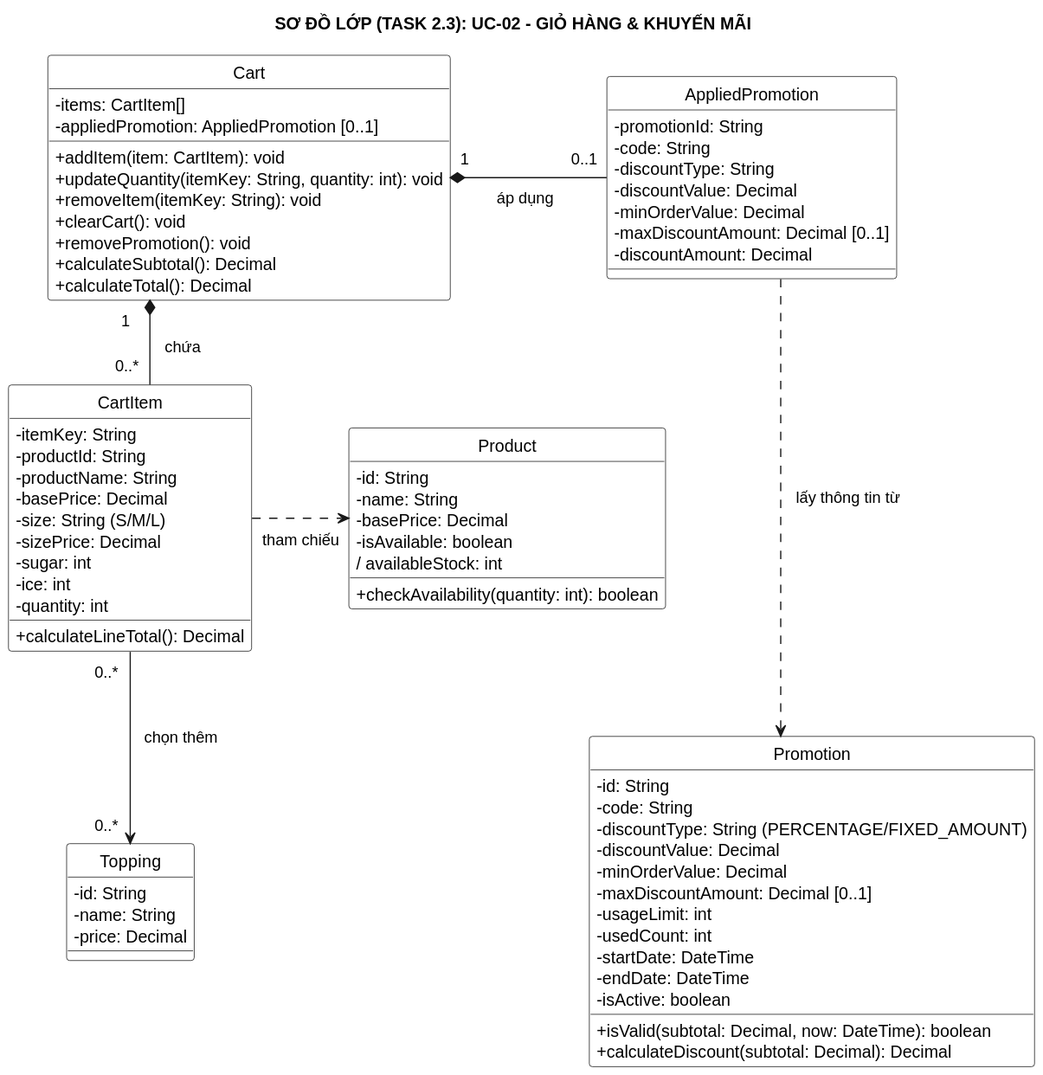
Before: docs/diagrams/class-02-cart-promotion.svg, a diagram exported from PlantUML (SamuiSang/brewlite2).
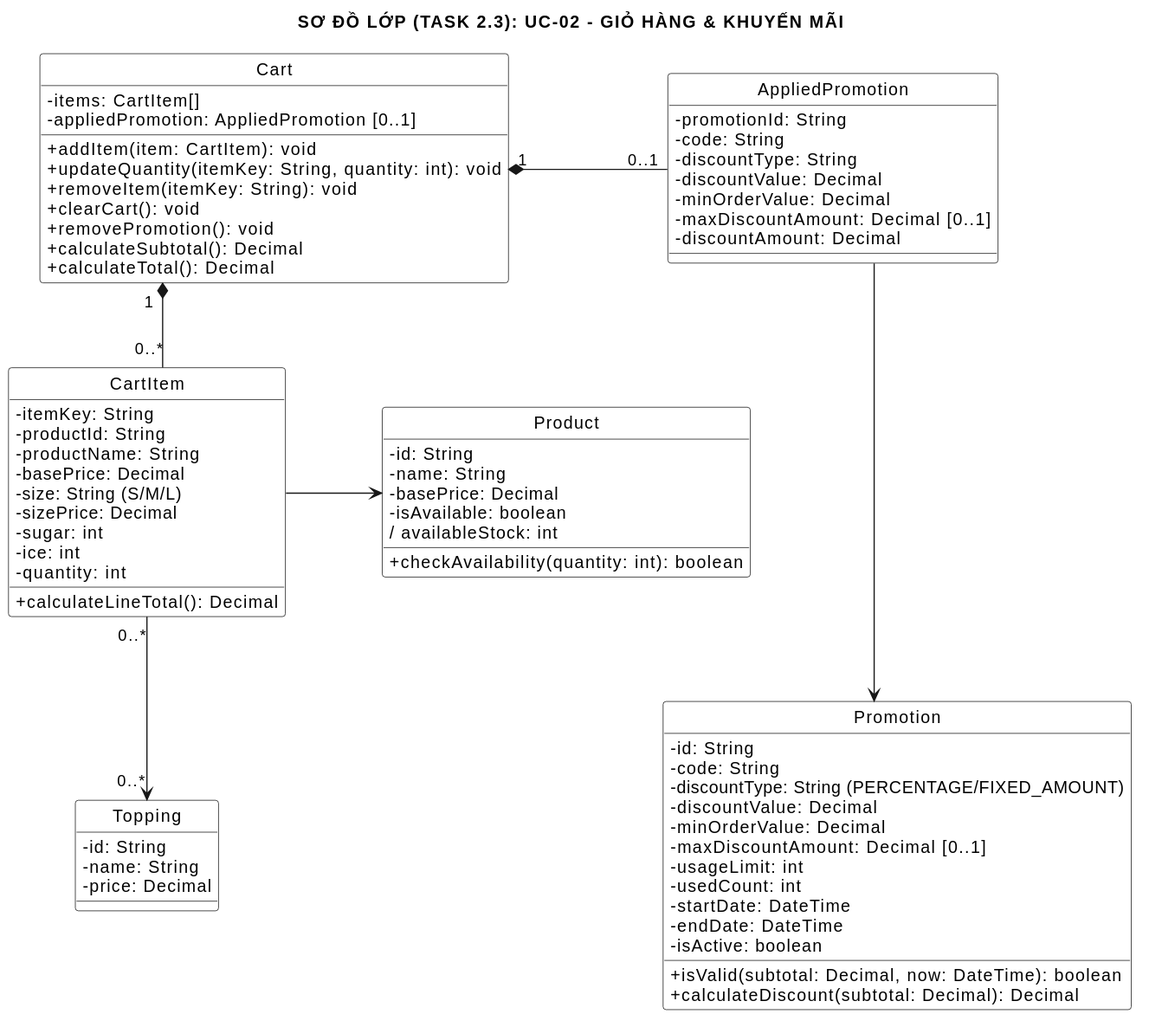
After the commit.

What changed in the source:
```diff
@@ -74,9 +74,9 @@
   + checkAvailability(quantity: int): boolean
 }
 
-Cart "1" *-down- "0..*" CartItem : chứa
-Cart "1" *-right- "0..1" AppliedPromotion : áp dụng
-CartItem "0..*" -down-> "0..*" Topping : chọn thêm
-CartItem ..right.> Product : tham chiếu
-AppliedPromotion ..down.> Promotion : lấy thông tin từ
+Cart "1" *-down- "0..*" CartItem
+Cart "1" *-right- "0..1" AppliedPromotion
+CartItem "0..*" -down-> "0..*" Topping
+CartItem -right-> Product
+AppliedPromotion --down-> Promotion
 @enduml
```
